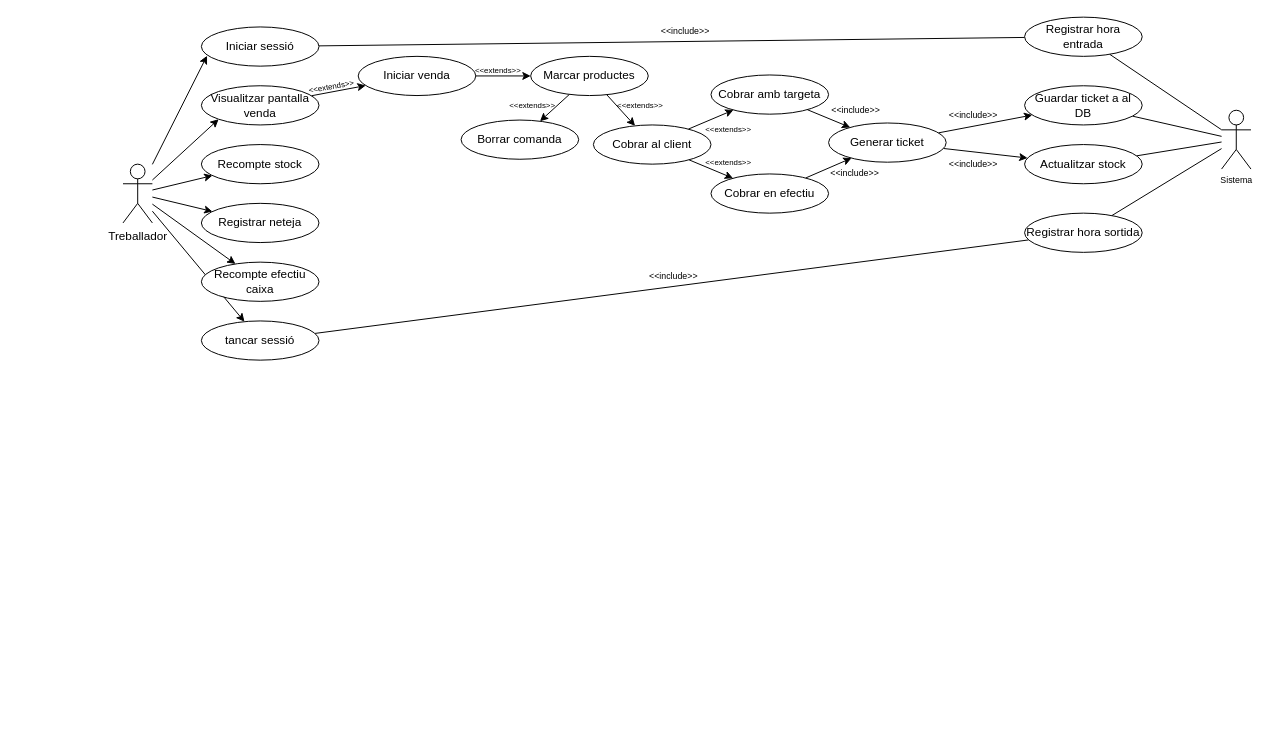
Before: cas d'us.drawio in acarbonell99/projecteFinal, a draw.io diagram. Source tidied: cells renumbered, new cells numbered last; positions are measured from the earlier drawing's top-left corner, leaving out a move shared by most shapes. Both pictures are drawn from the tidied source at 98%, with x=0, y=0 at pixel (122, 17).
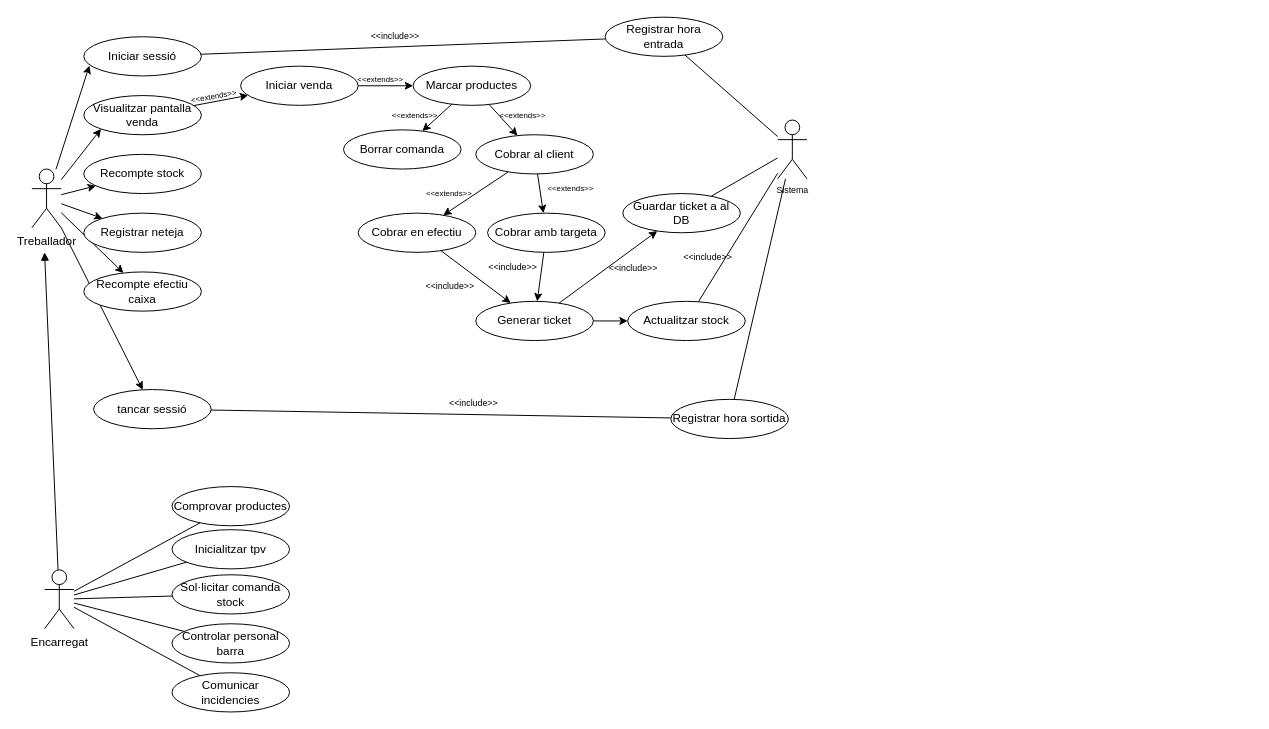
After the change.

What changed in the source:
```diff
@@
     <mxCell id="8" value="Treballador" style="shape=umlActor;verticalLabelPosition=bottom;verticalAlign=top;html=1;" parent="1" vertex="1">
-      <mxGeometry y="150" width="30" height="60" as="geometry" />
+      <mxGeometry x="-93" y="155" width="30" height="60" as="geometry" />
     </mxCell>
@@
     <mxCell id="11" value="Marcar productes" style="ellipse;whiteSpace=wrap;html=1;verticalAlign=middle;" parent="1" vertex="1">
-      <mxGeometry x="416" y="40" width="120" height="40" as="geometry" />
+      <mxGeometry x="296" y="50" width="120" height="40" as="geometry" />
     </mxCell>
@@
     <mxCell id="13" value="Iniciar sessió" style="ellipse;whiteSpace=wrap;html=1;verticalAlign=middle;" parent="1" vertex="1">
-      <mxGeometry x="80" y="10" width="120" height="40" as="geometry" />
+      <mxGeometry x="-40" y="20" width="120" height="40" as="geometry" />
     </mxCell>
@@
     <mxCell id="15" value="Visualitzar pantalla venda" style="ellipse;whiteSpace=wrap;html=1;verticalAlign=middle;" parent="1" vertex="1">
-      <mxGeometry x="80" y="70" width="120" height="40" as="geometry" />
+      <mxGeometry x="-40" y="80" width="120" height="40" as="geometry" />
     </mxCell>
@@
     <mxCell id="17" value="Iniciar venda" style="ellipse;whiteSpace=wrap;html=1;verticalAlign=middle;" parent="1" vertex="1">
-      <mxGeometry x="240" y="40" width="120" height="40" as="geometry" />
+      <mxGeometry x="120" y="50" width="120" height="40" as="geometry" />
     </mxCell>
     <mxCell id="18" value="Recompte stock" style="ellipse;whiteSpace=wrap;html=1;verticalAlign=middle;" parent="1" vertex="1">
-      <mxGeometry x="80" y="130" width="120" height="40" as="geometry" />
+      <mxGeometry x="-40" y="140" width="120" height="40" as="geometry" />
     </mxCell>
     <mxCell id="19" value="Registrar neteja" style="ellipse;whiteSpace=wrap;html=1;verticalAlign=middle;" parent="1" vertex="1">
-      <mxGeometry x="80" y="190" width="120" height="40" as="geometry" />
+      <mxGeometry x="-40" y="200" width="120" height="40" as="geometry" />
     </mxCell>
     <mxCell id="20" value="Recompte efectiu caixa" style="ellipse;whiteSpace=wrap;html=1;verticalAlign=middle;" parent="1" vertex="1">
-      <mxGeometry x="80" y="250" width="120" height="40" as="geometry" />
+      <mxGeometry x="-40" y="260" width="120" height="40" as="geometry" />
     </mxCell>
@@
     <mxCell id="22" value="tancar sessió" style="ellipse;whiteSpace=wrap;html=1;verticalAlign=middle;" parent="1" vertex="1">
-      <mxGeometry x="80" y="310" width="120" height="40" as="geometry" />
+      <mxGeometry x="-30" y="380" width="120" height="40" as="geometry" />
     </mxCell>
     <mxCell id="23" value="&amp;lt;&amp;lt;extends&amp;gt;&amp;gt;" style="text;html=1;strokeColor=none;fillColor=none;align=center;verticalAlign=middle;whiteSpace=wrap;rounded=0;rotation=-10;fontSize=8;" parent="1" vertex="1">
-      <mxGeometry x="175" y="66" width="76" height="10" as="geometry" />
+      <mxGeometry x="55" y="76" width="76" height="10" as="geometry" />
     </mxCell>
     <mxCell id="24" value="&amp;lt;&amp;lt;include&amp;gt;&amp;gt;" style="text;html=1;strokeColor=none;fillColor=none;align=center;verticalAlign=middle;whiteSpace=wrap;rounded=0;fontSize=9;" parent="1" vertex="1">
-      <mxGeometry x="710" y="90" width="76" height="10" as="geometry" />
+      <mxGeometry x="296" y="270" width="76" height="10" as="geometry" />
     </mxCell>
     <mxCell id="25" value="&amp;lt;&amp;lt;extends&amp;gt;&amp;gt;" style="text;html=1;strokeColor=none;fillColor=none;align=center;verticalAlign=middle;whiteSpace=wrap;rounded=0;rotation=0;fontSize=8;" parent="1" vertex="1">
-      <mxGeometry x="345" y="49" width="76" height="10" as="geometry" />
+      <mxGeometry x="225" y="59" width="76" height="10" as="geometry" />
     </mxCell>
     <mxCell id="26" value="Borrar comanda" style="ellipse;whiteSpace=wrap;html=1;verticalAlign=middle;" parent="1" vertex="1">
-      <mxGeometry x="345" y="105" width="120" height="40" as="geometry" />
+      <mxGeometry x="225" y="115" width="120" height="40" as="geometry" />
     </mxCell>
@@
     <mxCell id="29" value="Cobrar al client" style="ellipse;whiteSpace=wrap;html=1;verticalAlign=middle;" parent="1" vertex="1">
-      <mxGeometry x="480" y="110" width="120" height="40" as="geometry" />
+      <mxGeometry x="360" y="120" width="120" height="40" as="geometry" />
     </mxCell>
     <mxCell id="30" value="&amp;lt;&amp;lt;extends&amp;gt;&amp;gt;" style="text;html=1;strokeColor=none;fillColor=none;align=center;verticalAlign=middle;whiteSpace=wrap;rounded=0;rotation=0;fontSize=8;" parent="1" vertex="1">
-      <mxGeometry x="380" y="85" width="76" height="10" as="geometry" />
+      <mxGeometry x="260" y="95" width="76" height="10" as="geometry" />
     </mxCell>
     <mxCell id="31" value="&amp;lt;&amp;lt;extends&amp;gt;&amp;gt;" style="text;html=1;strokeColor=none;fillColor=none;align=center;verticalAlign=middle;whiteSpace=wrap;rounded=0;rotation=0;fontSize=8;" parent="1" vertex="1">
-      <mxGeometry x="490" y="85" width="76" height="10" as="geometry" />
+      <mxGeometry x="370" y="95" width="76" height="10" as="geometry" />
     </mxCell>
@@
     <mxCell id="33" value="Cobrar amb targeta" style="ellipse;whiteSpace=wrap;html=1;verticalAlign=middle;" parent="1" vertex="1">
-      <mxGeometry x="600" y="59" width="120" height="40" as="geometry" />
+      <mxGeometry x="372" y="200" width="120" height="40" as="geometry" />
     </mxCell>
@@
     <mxCell id="35" value="Cobrar en efectiu" style="ellipse;whiteSpace=wrap;html=1;verticalAlign=middle;" parent="1" vertex="1">
-      <mxGeometry x="600" y="160" width="120" height="40" as="geometry" />
+      <mxGeometry x="240" y="200" width="120" height="40" as="geometry" />
     </mxCell>
     <mxCell id="36" value="&amp;lt;&amp;lt;extends&amp;gt;&amp;gt;" style="text;html=1;strokeColor=none;fillColor=none;align=center;verticalAlign=middle;whiteSpace=wrap;rounded=0;rotation=0;fontSize=8;" parent="1" vertex="1">
-      <mxGeometry x="580" y="110" width="76" height="10" as="geometry" />
+      <mxGeometry x="295" y="175" width="76" height="10" as="geometry" />
     </mxCell>
     <mxCell id="37" value="&amp;lt;&amp;lt;extends&amp;gt;&amp;gt;" style="text;html=1;strokeColor=none;fillColor=none;align=center;verticalAlign=middle;whiteSpace=wrap;rounded=0;rotation=0;fontSize=8;" parent="1" vertex="1">
-      <mxGeometry x="580" y="143" width="76" height="10" as="geometry" />
+      <mxGeometry x="419" y="170" width="76" height="10" as="geometry" />
     </mxCell>
@@
     <mxCell id="40" value="Generar ticket" style="ellipse;whiteSpace=wrap;html=1;verticalAlign=middle;" parent="1" vertex="1">
-      <mxGeometry x="720" y="108" width="120" height="40" as="geometry" />
+      <mxGeometry x="360" y="290" width="120" height="40" as="geometry" />
     </mxCell>
     <mxCell id="41" value="&amp;lt;&amp;lt;include&amp;gt;&amp;gt;" style="text;html=1;strokeColor=none;fillColor=none;align=center;verticalAlign=middle;whiteSpace=wrap;rounded=0;fontSize=9;" parent="1" vertex="1">
-      <mxGeometry x="709" y="155" width="76" height="10" as="geometry" />
+      <mxGeometry x="360" y="250" width="76" height="10" as="geometry" />
     </mxCell>
@@
     <mxCell id="43" value="Guardar ticket a al DB" style="ellipse;whiteSpace=wrap;html=1;verticalAlign=middle;" parent="1" vertex="1">
-      <mxGeometry x="920" y="70" width="120" height="40" as="geometry" />
+      <mxGeometry x="510" y="180" width="120" height="40" as="geometry" />
     </mxCell>
@@
     <mxCell id="45" value="Actualitzar stock" style="ellipse;whiteSpace=wrap;html=1;verticalAlign=middle;" parent="1" vertex="1">
-      <mxGeometry x="920" y="130" width="120" height="40" as="geometry" />
+      <mxGeometry x="515" y="290" width="120" height="40" as="geometry" />
     </mxCell>
@@
     <mxCell id="47" value="Registrar hora entrada" style="ellipse;whiteSpace=wrap;html=1;verticalAlign=middle;" parent="1" vertex="1">
-      <mxGeometry x="920" width="120" height="40" as="geometry" />
+      <mxGeometry x="492" width="120" height="40" as="geometry" />
     </mxCell>
@@
     <mxCell id="49" value="Registrar hora sortida" style="ellipse;whiteSpace=wrap;html=1;verticalAlign=middle;" parent="1" vertex="1">
-      <mxGeometry x="920" y="200" width="120" height="40" as="geometry" />
+      <mxGeometry x="559" y="390" width="120" height="40" as="geometry" />
     </mxCell>
     <mxCell id="50" value="Sistema" style="shape=umlActor;verticalLabelPosition=bottom;verticalAlign=top;html=1;outlineConnect=0;fontSize=9;" parent="1" vertex="1">
-      <mxGeometry x="1121" y="95" width="30" height="60" as="geometry" />
+      <mxGeometry x="668" y="105" width="30" height="60" as="geometry" />
     </mxCell>
     <mxCell id="51" value="&amp;lt;&amp;lt;include&amp;gt;&amp;gt;" style="text;html=1;strokeColor=none;fillColor=none;align=center;verticalAlign=middle;whiteSpace=wrap;rounded=0;fontSize=9;" parent="1" vertex="1">
-      <mxGeometry x="830" y="95" width="76" height="10" as="geometry" />
+      <mxGeometry x="483" y="252" width="76" height="10" as="geometry" />
     </mxCell>
     <mxCell id="52" value="&amp;lt;&amp;lt;include&amp;gt;&amp;gt;" style="text;html=1;strokeColor=none;fillColor=none;align=center;verticalAlign=middle;whiteSpace=wrap;rounded=0;fontSize=9;" parent="1" vertex="1">
-      <mxGeometry x="830" y="145" width="76" height="10" as="geometry" />
+      <mxGeometry x="559" y="240" width="76" height="10" as="geometry" />
     </mxCell>
     <mxCell id="53" value="&amp;lt;&amp;lt;include&amp;gt;&amp;gt;" style="text;html=1;strokeColor=none;fillColor=none;align=center;verticalAlign=middle;whiteSpace=wrap;rounded=0;fontSize=9;" parent="1" vertex="1">
-      <mxGeometry x="536" y="10" width="76" height="10" as="geometry" />
+      <mxGeometry x="240" y="15" width="76" height="10" as="geometry" />
     </mxCell>
     <mxCell id="54" value="&amp;lt;&amp;lt;include&amp;gt;&amp;gt;" style="text;html=1;strokeColor=none;fillColor=none;align=center;verticalAlign=middle;whiteSpace=wrap;rounded=0;fontSize=9;" parent="1" vertex="1">
-      <mxGeometry x="524" y="260" width="76" height="10" as="geometry" />
+      <mxGeometry x="320" y="389" width="76" height="10" as="geometry" />
     </mxCell>
+    <mxCell id="55" style="edgeStyle=none;rounded=0;jettySize=auto;html=1;fontSize=9;endArrow=none;endFill=0;" parent="1" edge="1" source="61" target="62">
+      <mxGeometry relative="1" as="geometry" />
+    </mxCell>
+    <mxCell id="56" style="edgeStyle=none;rounded=0;jettySize=auto;html=1;fontSize=9;endArrow=none;endFill=0;" parent="1" edge="1" source="61" target="63">
+      <mxGeometry relative="1" as="geometry" />
+    </mxCell>
+    <mxCell id="57" style="edgeStyle=none;rounded=0;jettySize=auto;html=1;fontSize=9;endArrow=none;endFill=0;" parent="1" edge="1" source="61" target="64">
+      <mxGeometry relative="1" as="geometry" />
+    </mxCell>
+    <mxCell id="58" style="edgeStyle=none;rounded=0;jettySize=auto;html=1;fontSize=9;endArrow=none;endFill=0;" parent="1" edge="1" source="61" target="65">
+      <mxGeometry relative="1" as="geometry" />
+    </mxCell>
+    <mxCell id="59" style="edgeStyle=none;rounded=0;jettySize=auto;html=1;fontSize=9;endArrow=none;endFill=0;" parent="1" edge="1" source="61" target="66">
+      <mxGeometry relative="1" as="geometry" />
+    </mxCell>
+    <mxCell id="60" style="edgeStyle=none;rounded=0;jettySize=auto;html=1;fontSize=9;endArrow=block;endFill=1;" parent="1" edge="1" source="61">
+      <mxGeometry relative="1" as="geometry">
+        <mxPoint x="-80" y="240" as="targetPoint" />
+      </mxGeometry>
+    </mxCell>
+    <mxCell id="61" value="Encarregat" style="shape=umlActor;verticalLabelPosition=bottom;verticalAlign=top;html=1;" parent="1" vertex="1">
+      <mxGeometry x="-80" y="564" width="30" height="60" as="geometry" />
+    </mxCell>
+    <mxCell id="62" value="Comprovar productes" style="ellipse;whiteSpace=wrap;html=1;verticalAlign=middle;" parent="1" vertex="1">
+      <mxGeometry x="50" y="479" width="120" height="40" as="geometry" />
+    </mxCell>
+    <mxCell id="63" value="Inicialitzar tpv" style="ellipse;whiteSpace=wrap;html=1;verticalAlign=middle;" parent="1" vertex="1">
+      <mxGeometry x="50" y="523" width="120" height="40" as="geometry" />
+    </mxCell>
+    <mxCell id="64" value="Sol·licitar comanda stock" style="ellipse;whiteSpace=wrap;html=1;verticalAlign=middle;" parent="1" vertex="1">
+      <mxGeometry x="50" y="569" width="120" height="40" as="geometry" />
+    </mxCell>
+    <mxCell id="65" value="Controlar personal barra" style="ellipse;whiteSpace=wrap;html=1;verticalAlign=middle;" parent="1" vertex="1">
+      <mxGeometry x="50" y="619" width="120" height="40" as="geometry" />
+    </mxCell>
+    <mxCell id="66" value="Comunicar incidencies" style="ellipse;whiteSpace=wrap;html=1;verticalAlign=middle;" parent="1" vertex="1">
+      <mxGeometry x="50" y="669" width="120" height="40" as="geometry" />
+    </mxCell>
```
